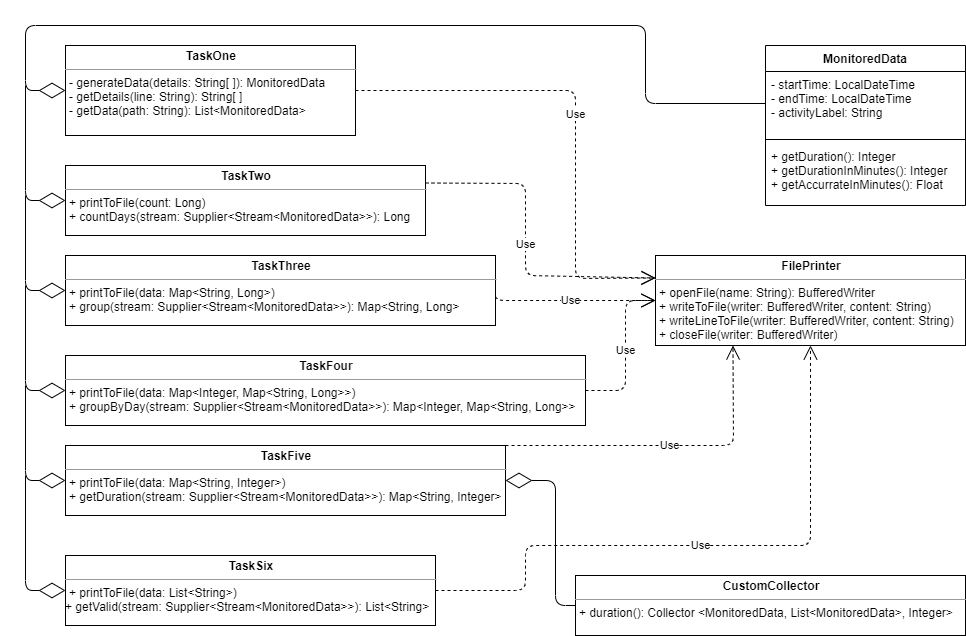
Before: Tasks.png, a diagram exported from draw.io (ReapersSorrow/Projects). Source tidied: cells renumbered, new cells last; positions are measured from the earlier drawing's top-left corner, leaving out a move shared by most shapes. Source of this version:
```xml
<mxGraphModel>
  <root>
    <mxCell id="0" />
    <mxCell id="1" parent="0" />
    <mxCell id="2" value="&lt;p style=&quot;margin: 0px ; margin-top: 4px ; text-align: center&quot;&gt;&lt;b&gt;FilePrinter&lt;/b&gt;&lt;/p&gt;&lt;hr size=&quot;1&quot;&gt;&lt;p style=&quot;margin: 0px ; margin-left: 4px&quot;&gt;+ openFile(name: String): BufferedWriter&lt;/p&gt;&lt;p style=&quot;margin: 0px ; margin-left: 4px&quot;&gt;+ writeToFile(writer: BufferedWriter, content: String)&lt;/p&gt;&lt;p style=&quot;margin: 0px ; margin-left: 4px&quot;&gt;+ writeLineToFile(writer: BufferedWriter, content: String)&lt;br&gt;&lt;/p&gt;&lt;p style=&quot;margin: 0px ; margin-left: 4px&quot;&gt;+ closeFile(writer: BufferedWriter)&lt;/p&gt;" style="verticalAlign=top;align=left;overflow=fill;fontSize=12;fontFamily=Helvetica;html=1;" parent="1" vertex="1">
      <mxGeometry x="630" y="230" width="310" height="90" as="geometry" />
    </mxCell>
    <mxCell id="3" value="&lt;p style=&quot;margin: 0px ; margin-top: 4px ; text-align: center&quot;&gt;&lt;b&gt;CustomCollector&lt;/b&gt;&lt;/p&gt;&lt;hr size=&quot;1&quot;&gt;&lt;p style=&quot;margin: 0px ; margin-left: 4px&quot;&gt;+ duration(): Collector &amp;lt;MonitoredData, List&amp;lt;MonitoredData&amp;gt;, Integer&amp;gt;&lt;/p&gt;" style="verticalAlign=top;align=left;overflow=fill;fontSize=12;fontFamily=Helvetica;html=1;" parent="1" vertex="1">
      <mxGeometry x="550" y="550" width="390" height="60" as="geometry" />
    </mxCell>
    <mxCell id="4" value="&lt;p style=&quot;margin: 0px ; margin-top: 4px ; text-align: center&quot;&gt;&lt;b&gt;TaskOne&lt;/b&gt;&lt;/p&gt;&lt;hr size=&quot;1&quot;&gt;&lt;p style=&quot;margin: 0px ; margin-left: 4px&quot;&gt;- generateData(details: String[ ]): MonitoredData&lt;/p&gt;&lt;p style=&quot;margin: 0px ; margin-left: 4px&quot;&gt;- getDetails(line: String): String[ ]&lt;/p&gt;&lt;p style=&quot;margin: 0px ; margin-left: 4px&quot;&gt;- getData(path: String): List&amp;lt;MonitoredData&amp;gt;&lt;/p&gt;" style="verticalAlign=top;align=left;overflow=fill;fontSize=12;fontFamily=Helvetica;html=1;" parent="1" vertex="1">
      <mxGeometry x="40" y="20" width="290" height="90" as="geometry" />
    </mxCell>
    <mxCell id="5" value="&lt;p style=&quot;margin: 0px ; margin-top: 4px ; text-align: center&quot;&gt;&lt;b&gt;TaskSix&lt;/b&gt;&lt;/p&gt;&lt;hr size=&quot;1&quot;&gt;&lt;p style=&quot;margin: 0px ; margin-left: 4px&quot;&gt;+ printToFile(data: List&amp;lt;String&amp;gt;)&lt;/p&gt;+ getValid(stream: Supplier&amp;lt;Stream&amp;lt;MonitoredData&amp;gt;&amp;gt;): List&amp;lt;String&amp;gt;" style="verticalAlign=top;align=left;overflow=fill;fontSize=12;fontFamily=Helvetica;html=1;" parent="1" vertex="1">
      <mxGeometry x="40" y="530" width="370" height="70" as="geometry" />
    </mxCell>
    <mxCell id="6" value="&lt;p style=&quot;margin: 0px ; margin-top: 4px ; text-align: center&quot;&gt;&lt;b&gt;TaskFive&lt;/b&gt;&lt;/p&gt;&lt;hr size=&quot;1&quot;&gt;&lt;p style=&quot;margin: 0px 0px 0px 4px&quot;&gt;+ printToFile(data: Map&amp;lt;String, Integer&amp;gt;)&lt;/p&gt;&lt;p style=&quot;margin: 0px 0px 0px 4px&quot;&gt;+ getDuration(stream: Supplier&amp;lt;Stream&amp;lt;MonitoredData&amp;gt;&amp;gt;): Map&amp;lt;String, Integer&amp;gt;&lt;/p&gt;" style="verticalAlign=top;align=left;overflow=fill;fontSize=12;fontFamily=Helvetica;html=1;" parent="1" vertex="1">
      <mxGeometry x="40" y="420" width="440" height="70" as="geometry" />
    </mxCell>
    <mxCell id="7" value="&lt;p style=&quot;margin: 0px ; margin-top: 4px ; text-align: center&quot;&gt;&lt;b&gt;TaskFour&lt;/b&gt;&lt;/p&gt;&lt;hr size=&quot;1&quot;&gt;&lt;p style=&quot;margin: 0px 0px 0px 4px&quot;&gt;+ printToFile(data: Map&amp;lt;Integer, Map&amp;lt;String, Long&amp;gt;&amp;gt;)&lt;/p&gt;&lt;p style=&quot;margin: 0px 0px 0px 4px&quot;&gt;+ groupByDay(stream: Supplier&amp;lt;Stream&amp;lt;MonitoredData&amp;gt;&amp;gt;):&amp;nbsp;Map&amp;lt;Integer, Map&amp;lt;String, Long&amp;gt;&amp;gt;&lt;/p&gt;" style="verticalAlign=top;align=left;overflow=fill;fontSize=12;fontFamily=Helvetica;html=1;" parent="1" vertex="1">
      <mxGeometry x="40" y="330" width="520" height="70" as="geometry" />
    </mxCell>
    <mxCell id="8" value="&lt;p style=&quot;margin: 0px ; margin-top: 4px ; text-align: center&quot;&gt;&lt;b&gt;TaskThree&lt;/b&gt;&lt;/p&gt;&lt;hr size=&quot;1&quot;&gt;&lt;p style=&quot;margin: 0px 0px 0px 4px&quot;&gt;+ printToFile(data: Map&amp;lt;String, Long&amp;gt;)&lt;/p&gt;&lt;p style=&quot;margin: 0px 0px 0px 4px&quot;&gt;+ group(stream: Supplier&amp;lt;Stream&amp;lt;MonitoredData&amp;gt;&amp;gt;): Map&amp;lt;String, Long&amp;gt;&lt;/p&gt;" style="verticalAlign=top;align=left;overflow=fill;fontSize=12;fontFamily=Helvetica;html=1;" parent="1" vertex="1">
      <mxGeometry x="40" y="230" width="430" height="70" as="geometry" />
    </mxCell>
    <mxCell id="9" value="&lt;p style=&quot;margin: 0px ; margin-top: 4px ; text-align: center&quot;&gt;&lt;b&gt;TaskTwo&lt;/b&gt;&lt;/p&gt;&lt;hr size=&quot;1&quot;&gt;&lt;p style=&quot;margin: 0px ; margin-left: 4px&quot;&gt;+ printToFile(count: Long)&lt;/p&gt;&lt;p style=&quot;margin: 0px ; margin-left: 4px&quot;&gt;+ countDays(stream: Supplier&amp;lt;Stream&amp;lt;MonitoredData&amp;gt;&amp;gt;): Long&lt;/p&gt;" style="verticalAlign=top;align=left;overflow=fill;fontSize=12;fontFamily=Helvetica;html=1;" parent="1" vertex="1">
      <mxGeometry x="40" y="140" width="360" height="70" as="geometry" />
    </mxCell>
    <mxCell id="10" value="MonitoredData" style="swimlane;fontStyle=1;align=center;verticalAlign=top;horizontal=1;startSize=26;" parent="1" vertex="1">
      <mxGeometry x="740" y="20" width="200" height="160" as="geometry" />
    </mxCell>
    <mxCell id="11" value="- startTime: LocalDateTime&#10;- endTime: LocalDateTime&#10;- activityLabel: String" style="text;strokeColor=none;fillColor=none;align=left;verticalAlign=top;spacingLeft=4;spacingRight=4;overflow=hidden;points=[[0,0.5],[1,0.5]];portConstraint=eastwest;" parent="10" vertex="1">
      <mxGeometry y="26" width="200" height="64" as="geometry" />
    </mxCell>
    <mxCell id="12" style="line;strokeWidth=1;fillColor=none;align=left;verticalAlign=middle;spacingTop=-1;spacingLeft=3;spacingRight=3;labelPosition=right;" parent="10" vertex="1">
      <mxGeometry y="90" width="200" height="8" as="geometry" />
    </mxCell>
    <mxCell id="13" value="+ getDuration(): Integer&#10;+ getDurationInMinutes(): Integer&#10;+ getAccurrateInMinutes(): Float" style="text;strokeColor=none;fillColor=none;align=left;verticalAlign=top;spacingLeft=4;spacingRight=4;overflow=hidden;" parent="10" vertex="1">
      <mxGeometry y="98" width="200" height="62" as="geometry" />
    </mxCell>
    <mxCell id="14" style="endArrow=diamondThin;endFill=0;endSize=24;html=1;exitX=0;exitY=0.5;exitDx=0;exitDy=0;entryX=1;entryY=0.5;entryDx=0;entryDy=0;" parent="1" edge="1" source="3" target="6">
      <mxGeometry relative="1" as="geometry">
        <Array as="points">
          <mxPoint x="530" y="580" />
          <mxPoint x="530" y="455" />
        </Array>
      </mxGeometry>
    </mxCell>
    <mxCell id="15" value="Use" style="endArrow=open;endSize=12;dashed=1;html=1;exitX=1;exitY=0.5;exitDx=0;exitDy=0;entryX=0.5;entryY=1;entryDx=0;entryDy=0;" parent="1" edge="1" source="5" target="2">
      <mxGeometry relative="1" as="geometry">
        <Array as="points">
          <mxPoint x="500" y="565" />
          <mxPoint x="500" y="520" />
          <mxPoint x="785" y="520" />
        </Array>
      </mxGeometry>
    </mxCell>
    <mxCell id="16" value="Use" style="endArrow=open;endSize=12;dashed=1;html=1;exitX=1;exitY=0;exitDx=0;exitDy=0;entryX=0.25;entryY=1;entryDx=0;entryDy=0;" parent="1" edge="1" source="6" target="2">
      <mxGeometry relative="1" as="geometry">
        <Array as="points">
          <mxPoint x="708" y="420" />
        </Array>
      </mxGeometry>
    </mxCell>
    <mxCell id="17" value="Use" style="endArrow=open;endSize=12;dashed=1;html=1;exitX=1;exitY=0.5;exitDx=0;exitDy=0;entryX=0;entryY=0.5;entryDx=0;entryDy=0;" parent="1" edge="1" source="7" target="2">
      <mxGeometry relative="1" as="geometry">
        <Array as="points">
          <mxPoint x="600" y="365" />
          <mxPoint x="600" y="275" />
        </Array>
      </mxGeometry>
    </mxCell>
    <mxCell id="18" value="Use" style="endArrow=open;endSize=12;dashed=1;html=1;exitX=1;exitY=0.5;exitDx=0;exitDy=0;" parent="1" edge="1" source="8">
      <mxGeometry relative="1" as="geometry">
        <mxPoint x="630" y="275" as="targetPoint" />
        <Array as="points">
          <mxPoint x="470" y="275" />
        </Array>
      </mxGeometry>
    </mxCell>
    <mxCell id="19" value="Use" style="endArrow=open;endSize=12;dashed=1;html=1;exitX=1;exitY=0.25;exitDx=0;exitDy=0;entryX=0;entryY=0.25;entryDx=0;entryDy=0;" parent="1" edge="1" source="9" target="2">
      <mxGeometry relative="1" as="geometry">
        <Array as="points">
          <mxPoint x="500" y="158" />
          <mxPoint x="500" y="250" />
        </Array>
      </mxGeometry>
    </mxCell>
    <mxCell id="20" value="Use" style="endArrow=open;endSize=12;dashed=1;html=1;exitX=1;exitY=0.5;exitDx=0;exitDy=0;entryX=0;entryY=0.25;entryDx=0;entryDy=0;" parent="1" edge="1" source="4" target="2">
      <mxGeometry relative="1" as="geometry">
        <Array as="points">
          <mxPoint x="550" y="65" />
          <mxPoint x="550" y="253" />
        </Array>
      </mxGeometry>
    </mxCell>
    <mxCell id="21" style="endArrow=diamondThin;endFill=0;endSize=24;html=1;entryX=0;entryY=0.5;entryDx=0;entryDy=0;" parent="1" edge="1" target="5">
      <mxGeometry relative="1" as="geometry">
        <mxPoint y="450" as="sourcePoint" />
        <Array as="points">
          <mxPoint y="565" />
        </Array>
      </mxGeometry>
    </mxCell>
    <mxCell id="22" style="endArrow=diamondThin;endFill=0;endSize=24;html=1;entryX=0;entryY=0.5;entryDx=0;entryDy=0;" parent="1" edge="1" target="6">
      <mxGeometry relative="1" as="geometry">
        <mxPoint y="360" as="sourcePoint" />
        <Array as="points">
          <mxPoint y="455" />
        </Array>
      </mxGeometry>
    </mxCell>
    <mxCell id="23" style="endArrow=diamondThin;endFill=0;endSize=24;html=1;entryX=0;entryY=0.5;entryDx=0;entryDy=0;" parent="1" edge="1" target="7">
      <mxGeometry relative="1" as="geometry">
        <mxPoint y="260" as="sourcePoint" />
        <Array as="points">
          <mxPoint y="365" />
        </Array>
      </mxGeometry>
    </mxCell>
    <mxCell id="24" style="endArrow=diamondThin;endFill=0;endSize=24;html=1;entryX=0;entryY=0.5;entryDx=0;entryDy=0;" parent="1" edge="1" target="8">
      <mxGeometry relative="1" as="geometry">
        <mxPoint y="170" as="sourcePoint" />
        <Array as="points">
          <mxPoint y="265" />
        </Array>
      </mxGeometry>
    </mxCell>
    <mxCell id="25" style="endArrow=diamondThin;endFill=0;endSize=24;html=1;entryX=0;entryY=0.5;entryDx=0;entryDy=0;" parent="1" edge="1" target="9">
      <mxGeometry relative="1" as="geometry">
        <mxPoint y="60" as="sourcePoint" />
        <Array as="points">
          <mxPoint y="175" />
        </Array>
      </mxGeometry>
    </mxCell>
    <mxCell id="26" style="endArrow=diamondThin;endFill=0;endSize=24;html=1;exitX=0;exitY=0.5;exitDx=0;exitDy=0;entryX=0;entryY=0.5;entryDx=0;entryDy=0;" parent="1" edge="1" source="11" target="4">
      <mxGeometry relative="1" as="geometry">
        <Array as="points">
          <mxPoint x="620" y="78" />
          <mxPoint x="620" />
          <mxPoint />
          <mxPoint y="65" />
        </Array>
      </mxGeometry>
    </mxCell>
  </root>
</mxGraphModel>
```
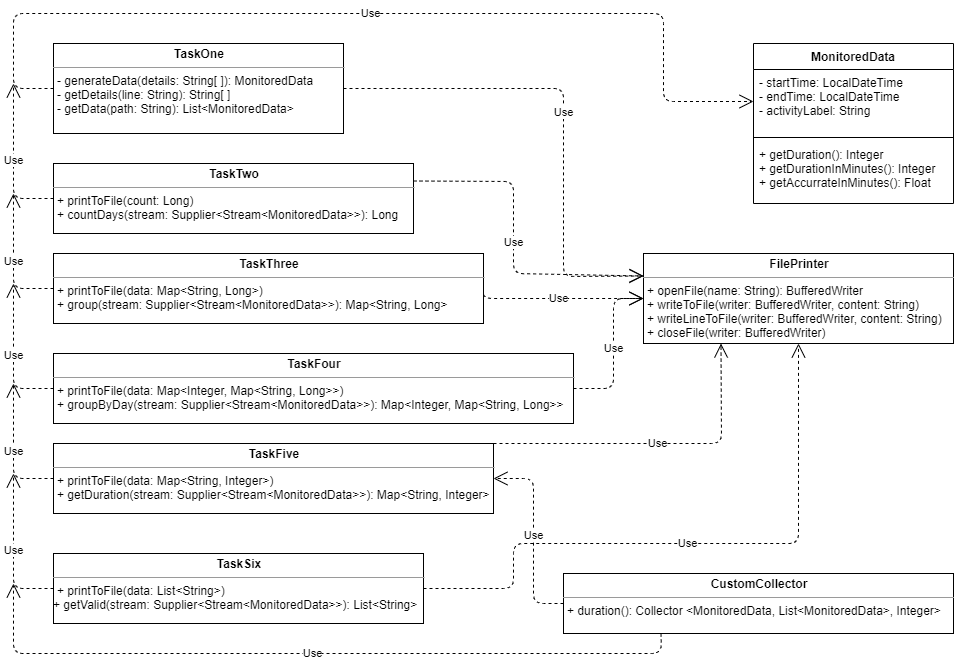
Later version of the same file.

The edit, as a diff of the source:
```diff
@@ -38,14 +38,6 @@
     <mxCell id="13" value="+ getDuration(): Integer&#10;+ getDurationInMinutes(): Integer&#10;+ getAccurrateInMinutes(): Float" style="text;strokeColor=none;fillColor=none;align=left;verticalAlign=top;spacingLeft=4;spacingRight=4;overflow=hidden;" parent="10" vertex="1">
       <mxGeometry y="98" width="200" height="62" as="geometry" />
     </mxCell>
-    <mxCell id="14" style="endArrow=diamondThin;endFill=0;endSize=24;html=1;exitX=0;exitY=0.5;exitDx=0;exitDy=0;entryX=1;entryY=0.5;entryDx=0;entryDy=0;" parent="1" edge="1" source="3" target="6">
-      <mxGeometry relative="1" as="geometry">
-        <Array as="points">
-          <mxPoint x="530" y="580" />
-          <mxPoint x="530" y="455" />
-        </Array>
-      </mxGeometry>
-    </mxCell>
     <mxCell id="15" value="Use" style="endArrow=open;endSize=12;dashed=1;html=1;exitX=1;exitY=0.5;exitDx=0;exitDy=0;entryX=0.5;entryY=1;entryDx=0;entryDy=0;" parent="1" edge="1" source="5" target="2">
       <mxGeometry relative="1" as="geometry">
         <Array as="points">
@@ -94,55 +86,72 @@
         </Array>
       </mxGeometry>
     </mxCell>
-    <mxCell id="21" style="endArrow=diamondThin;endFill=0;endSize=24;html=1;entryX=0;entryY=0.5;entryDx=0;entryDy=0;" parent="1" edge="1" target="5">
-      <mxGeometry relative="1" as="geometry">
-        <mxPoint y="450" as="sourcePoint" />
-        <Array as="points">
-          <mxPoint y="565" />
-        </Array>
-      </mxGeometry>
-    </mxCell>
-    <mxCell id="22" style="endArrow=diamondThin;endFill=0;endSize=24;html=1;entryX=0;entryY=0.5;entryDx=0;entryDy=0;" parent="1" edge="1" target="6">
-      <mxGeometry relative="1" as="geometry">
-        <mxPoint y="360" as="sourcePoint" />
-        <Array as="points">
-          <mxPoint y="455" />
-        </Array>
-      </mxGeometry>
-    </mxCell>
-    <mxCell id="23" style="endArrow=diamondThin;endFill=0;endSize=24;html=1;entryX=0;entryY=0.5;entryDx=0;entryDy=0;" parent="1" edge="1" target="7">
-      <mxGeometry relative="1" as="geometry">
-        <mxPoint y="260" as="sourcePoint" />
-        <Array as="points">
-          <mxPoint y="365" />
-        </Array>
-      </mxGeometry>
-    </mxCell>
-    <mxCell id="24" style="endArrow=diamondThin;endFill=0;endSize=24;html=1;entryX=0;entryY=0.5;entryDx=0;entryDy=0;" parent="1" edge="1" target="8">
-      <mxGeometry relative="1" as="geometry">
-        <mxPoint y="170" as="sourcePoint" />
-        <Array as="points">
-          <mxPoint y="265" />
-        </Array>
-      </mxGeometry>
-    </mxCell>
-    <mxCell id="25" style="endArrow=diamondThin;endFill=0;endSize=24;html=1;entryX=0;entryY=0.5;entryDx=0;entryDy=0;" parent="1" edge="1" target="9">
-      <mxGeometry relative="1" as="geometry">
-        <mxPoint y="60" as="sourcePoint" />
-        <Array as="points">
-          <mxPoint y="175" />
-        </Array>
-      </mxGeometry>
-    </mxCell>
-    <mxCell id="26" style="endArrow=diamondThin;endFill=0;endSize=24;html=1;exitX=0;exitY=0.5;exitDx=0;exitDy=0;entryX=0;entryY=0.5;entryDx=0;entryDy=0;" parent="1" edge="1" source="11" target="4">
-      <mxGeometry relative="1" as="geometry">
-        <Array as="points">
-          <mxPoint x="620" y="78" />
-          <mxPoint x="620" />
-          <mxPoint />
-          <mxPoint y="65" />
-        </Array>
-      </mxGeometry>
-    </mxCell>
+    <mxCell id="27" value="Use" style="endArrow=open;endSize=12;dashed=1;html=1;exitX=0.25;exitY=1;exitDx=0;exitDy=0;" parent="1" edge="1" source="3">
+      <mxGeometry relative="1" as="geometry">
+        <mxPoint y="560" as="targetPoint" />
+        <Array as="points">
+          <mxPoint x="648" y="630" />
+          <mxPoint y="630" />
+        </Array>
+      </mxGeometry>
+    </mxCell>
+    <mxCell id="28" value="Use" style="endArrow=open;endSize=12;dashed=1;html=1;exitX=0;exitY=0.5;exitDx=0;exitDy=0;" parent="1" edge="1" source="5">
+      <mxGeometry relative="1" as="geometry">
+        <mxPoint y="450" as="targetPoint" />
+        <Array as="points">
+          <mxPoint y="565" />
+        </Array>
+      </mxGeometry>
+    </mxCell>
+    <mxCell id="29" value="Use" style="endArrow=open;endSize=12;dashed=1;html=1;exitX=0;exitY=0.5;exitDx=0;exitDy=0;" parent="1" edge="1" source="6">
+      <mxGeometry relative="1" as="geometry">
+        <mxPoint y="360" as="targetPoint" />
+        <Array as="points">
+          <mxPoint y="455" />
+        </Array>
+      </mxGeometry>
+    </mxCell>
+    <mxCell id="30" value="Use" style="endArrow=open;endSize=12;dashed=1;html=1;exitX=0;exitY=0.5;exitDx=0;exitDy=0;" parent="1" edge="1" source="7">
+      <mxGeometry relative="1" as="geometry">
+        <mxPoint y="260" as="targetPoint" />
+        <Array as="points">
+          <mxPoint y="365" />
+        </Array>
+      </mxGeometry>
+    </mxCell>
+    <mxCell id="31" value="Use" style="endArrow=open;endSize=12;dashed=1;html=1;exitX=0;exitY=0.5;exitDx=0;exitDy=0;" parent="1" edge="1" source="8">
+      <mxGeometry relative="1" as="geometry">
+        <mxPoint y="170" as="targetPoint" />
+        <Array as="points">
+          <mxPoint y="265" />
+        </Array>
+      </mxGeometry>
+    </mxCell>
+    <mxCell id="32" value="Use" style="endArrow=open;endSize=12;dashed=1;html=1;exitX=0;exitY=0.5;exitDx=0;exitDy=0;" parent="1" edge="1" source="9">
+      <mxGeometry relative="1" as="geometry">
+        <mxPoint y="60" as="targetPoint" />
+        <Array as="points">
+          <mxPoint y="175" />
+        </Array>
+      </mxGeometry>
+    </mxCell>
+    <mxCell id="33" value="Use" style="endArrow=open;endSize=12;dashed=1;html=1;exitX=0;exitY=0.5;exitDx=0;exitDy=0;entryX=0;entryY=0.5;entryDx=0;entryDy=0;" parent="1" edge="1" source="4" target="11">
+      <mxGeometry relative="1" as="geometry">
+        <Array as="points">
+          <mxPoint y="65" />
+          <mxPoint y="-10" />
+          <mxPoint x="650" y="-10" />
+          <mxPoint x="650" y="78" />
+        </Array>
+      </mxGeometry>
+    </mxCell>
+    <mxCell id="14" value="Use" style="endArrow=open;endSize=12;dashed=1;html=1;exitX=0;exitY=0.5;exitDx=0;exitDy=0;entryX=1;entryY=0.5;entryDx=0;entryDy=0;" parent="1" edge="1" source="3" target="6">
+      <mxGeometry relative="1" as="geometry">
+        <Array as="points">
+          <mxPoint x="520" y="580" />
+          <mxPoint x="520" y="455" />
+        </Array>
+      </mxGeometry>
+    </mxCell>
   </root>
 </mxGraphModel>
```
